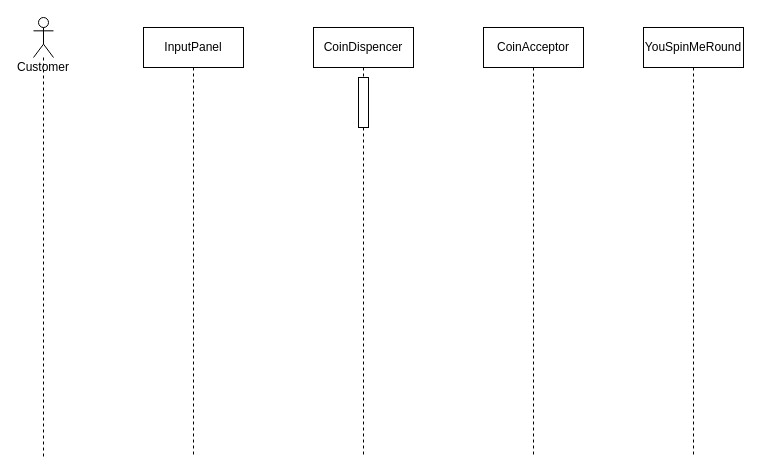
Earlier version of the draw.io diagram SequenceDiagram.drawio (StpnPntr/UchebnayaPractice). Source tidied: cells renumbered, new cells numbered last; positions are measured from the earlier drawing's top-left corner, leaving out a move shared by most shapes. Both pictures are drawn from the tidied source at 100%, with x=0, y=0 at pixel (33, 17).
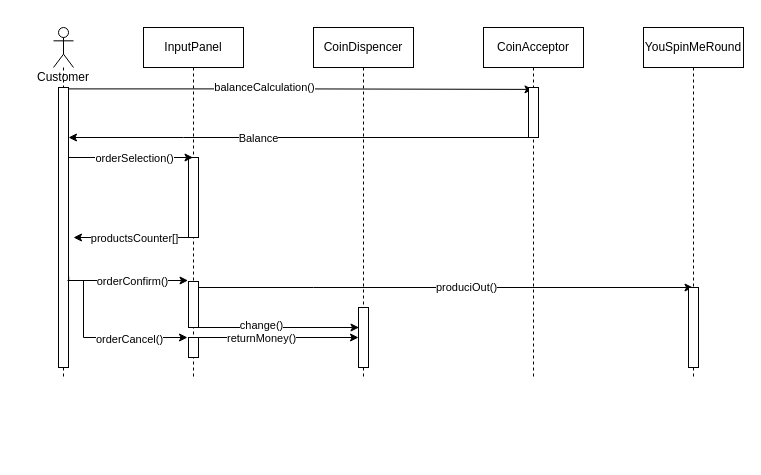
After the change.

The edit, as a diff of the source:
```diff
@@
+    <mxCell id="8" style="edgeStyle=orthogonalEdgeStyle;rounded=0;jettySize=auto;html=1;exitX=0.7;exitY=0.005;exitDx=0;exitDy=0;exitPerimeter=0;entryX=0.45;entryY=0.038;entryDx=0;entryDy=0;entryPerimeter=0;" parent="1" edge="1" source="10" target="5">
+      <mxGeometry relative="1" as="geometry" />
+    </mxCell>
+    <mxCell id="9" value="balanceCalculation()" style="edgeLabel;html=1;align=center;verticalAlign=middle;" parent="8" vertex="1">
+      <mxGeometry x="-0.19" y="1" relative="1" as="geometry">
+        <mxPoint x="8" y="-0.9" as="offset" />
+      </mxGeometry>
+    </mxCell>
     <mxCell id="2" value="Customer" style="shape=umlLifeline;participant=umlActor;perimeter=lifelinePerimeter;whiteSpace=wrap;html=1;verticalAlign=top;spacingTop=36;size=40;" parent="1" vertex="1">
-      <mxGeometry width="20" height="440" as="geometry" />
+      <mxGeometry x="20" y="10" width="20" height="350" as="geometry" />
     </mxCell>
+    <mxCell id="10" style="html=1;points=[];perimeter=orthogonalPerimeter;" parent="2" vertex="1">
+      <mxGeometry x="5" y="60" width="10" height="280" as="geometry" />
+    </mxCell>
     <mxCell id="3" value="InputPanel" style="shape=umlLifeline;perimeter=lifelinePerimeter;whiteSpace=wrap;html=1;outlineConnect=0;" parent="1" vertex="1">
-      <mxGeometry x="110" y="10" width="100" height="430" as="geometry" />
+      <mxGeometry x="110" y="10" width="100" height="350" as="geometry" />
     </mxCell>
+    <mxCell id="11" style="edgeStyle=orthogonalEdgeStyle;rounded=0;jettySize=auto;html=1;exitX=1.021;exitY=0.522;exitDx=0;exitDy=0;exitPerimeter=0;entryX=-0.1;entryY=0;entryDx=0;entryDy=0;entryPerimeter=0;" parent="3" edge="1" target="15">
+      <mxGeometry relative="1" as="geometry">
+        <mxPoint x="-74.8" y="249.1" as="sourcePoint" />
+        <Array as="points">
+          <mxPoint x="-75" y="253" />
+          <mxPoint x="-60" y="253" />
+          <mxPoint x="-60" y="310" />
+        </Array>
+      </mxGeometry>
+    </mxCell>
+    <mxCell id="12" value="orderCancel()" style="edgeLabel;html=1;align=center;verticalAlign=middle;" parent="11" vertex="1">
+      <mxGeometry x="-0.29" y="3" relative="1" as="geometry">
+        <mxPoint x="42" y="13" as="offset" />
+      </mxGeometry>
+    </mxCell>
+    <mxCell id="13" style="html=1;points=[];perimeter=orthogonalPerimeter;" parent="3" vertex="1">
+      <mxGeometry x="45" y="130" width="10" height="80" as="geometry" />
+    </mxCell>
+    <mxCell id="14" style="html=1;points=[];perimeter=orthogonalPerimeter;" parent="3" vertex="1">
+      <mxGeometry x="45" y="254" width="10" height="46" as="geometry" />
+    </mxCell>
+    <mxCell id="15" style="html=1;points=[];perimeter=orthogonalPerimeter;" parent="3" vertex="1">
+      <mxGeometry x="45" y="310" width="10" height="20" as="geometry" />
+    </mxCell>
     <mxCell id="4" value="CoinDispencer" style="shape=umlLifeline;perimeter=lifelinePerimeter;whiteSpace=wrap;html=1;" parent="1" vertex="1">
-      <mxGeometry x="280" y="10" width="100" height="430" as="geometry" />
+      <mxGeometry x="280" y="10" width="100" height="350" as="geometry" />
     </mxCell>
-    <mxCell id="5" style="html=1;points=[];perimeter=orthogonalPerimeter;" parent="4" vertex="1">
-      <mxGeometry x="45" y="50" width="10" height="50" as="geometry" />
-    </mxCell>
+    <mxCell id="16" style="html=1;perimeter=orthogonalPerimeter;" parent="4" vertex="1">
+      <mxGeometry x="45" y="280" width="10" height="60" as="geometry" />
+    </mxCell>
     <mxCell id="6" value="CoinAcceptor" style="shape=umlLifeline;perimeter=lifelinePerimeter;whiteSpace=wrap;html=1;" parent="1" vertex="1">
-      <mxGeometry x="450" y="10" width="100" height="430" as="geometry" />
+      <mxGeometry x="450" y="10" width="100" height="350" as="geometry" />
     </mxCell>
     <mxCell id="7" value="YouSpinMeRound" style="shape=umlLifeline;perimeter=lifelinePerimeter;whiteSpace=wrap;html=1;outlineConnect=0;" parent="1" vertex="1">
-      <mxGeometry x="610" y="10" width="100" height="430" as="geometry" />
+      <mxGeometry x="610" y="10" width="100" height="350" as="geometry" />
     </mxCell>
+    <mxCell id="17" style="edgeStyle=orthogonalEdgeStyle;rounded=0;jettySize=auto;html=1;" parent="1" edge="1" source="5" target="10">
+      <mxGeometry relative="1" as="geometry">
+        <Array as="points">
+          <mxPoint x="150" y="120" />
+          <mxPoint x="150" y="120" />
+        </Array>
+      </mxGeometry>
+    </mxCell>
+    <mxCell id="18" value="Balance" style="edgeLabel;html=1;align=center;verticalAlign=middle;" parent="17" vertex="1">
+      <mxGeometry x="0.18" y="2" relative="1" as="geometry">
+        <mxPoint y="-2" as="offset" />
+      </mxGeometry>
+    </mxCell>
+    <mxCell id="5" style="html=1;points=[];perimeter=orthogonalPerimeter;" parent="1" vertex="1">
+      <mxGeometry x="495" y="70" width="10" height="50" as="geometry" />
+    </mxCell>
+    <mxCell id="19" style="edgeStyle=orthogonalEdgeStyle;rounded=0;jettySize=auto;html=1;" parent="1" edge="1" source="10" target="3">
+      <mxGeometry relative="1" as="geometry">
+        <Array as="points">
+          <mxPoint x="100" y="140" />
+          <mxPoint x="100" y="140" />
+        </Array>
+      </mxGeometry>
+    </mxCell>
+    <mxCell id="20" value="orderSelection()" style="edgeLabel;html=1;align=center;verticalAlign=middle;" parent="19" vertex="1">
+      <mxGeometry x="-0.29" y="3" relative="1" as="geometry">
+        <mxPoint x="21" y="3" as="offset" />
+      </mxGeometry>
+    </mxCell>
+    <mxCell id="21" style="edgeStyle=orthogonalEdgeStyle;rounded=0;jettySize=auto;html=1;" parent="1" edge="1" source="13">
+      <mxGeometry relative="1" as="geometry">
+        <mxPoint x="40" y="220" as="targetPoint" />
+        <Array as="points">
+          <mxPoint x="40" y="220" />
+        </Array>
+      </mxGeometry>
+    </mxCell>
+    <mxCell id="22" value="productsCounter[]" style="edgeLabel;html=1;align=center;verticalAlign=middle;" parent="21" vertex="1">
+      <mxGeometry x="0.29" y="2" relative="1" as="geometry">
+        <mxPoint x="19" y="-2" as="offset" />
+      </mxGeometry>
+    </mxCell>
+    <mxCell id="23" style="edgeStyle=orthogonalEdgeStyle;rounded=0;orthogonalLoop=1;jettySize=auto;html=1;" parent="1" edge="1">
+      <mxGeometry relative="1" as="geometry">
+        <mxPoint x="34" y="263" as="sourcePoint" />
+        <mxPoint x="154.5" y="263" as="targetPoint" />
+        <Array as="points">
+          <mxPoint x="34" y="263" />
+        </Array>
+      </mxGeometry>
+    </mxCell>
+    <mxCell id="24" value="orderConfirm()" style="edgeLabel;html=1;align=center;verticalAlign=middle;" parent="23" vertex="1">
+      <mxGeometry x="-0.29" y="3" relative="1" as="geometry">
+        <mxPoint x="21" y="3" as="offset" />
+      </mxGeometry>
+    </mxCell>
+    <mxCell id="25" style="edgeStyle=orthogonalEdgeStyle;rounded=0;orthogonalLoop=1;jettySize=auto;html=1;" parent="1" edge="1">
+      <mxGeometry relative="1" as="geometry">
+        <mxPoint x="161" y="310" as="sourcePoint" />
+        <mxPoint x="325.5" y="310" as="targetPoint" />
+        <Array as="points">
+          <mxPoint x="236" y="310" />
+          <mxPoint x="236" y="310" />
+        </Array>
+      </mxGeometry>
+    </mxCell>
+    <mxCell id="26" value="change()" style="edgeLabel;html=1;align=center;verticalAlign=middle;" parent="25" vertex="1">
+      <mxGeometry x="-0.2" y="3" relative="1" as="geometry" />
+    </mxCell>
+    <mxCell id="27" style="edgeStyle=orthogonalEdgeStyle;rounded=0;jettySize=auto;html=1;" parent="1" edge="1" source="14" target="7">
+      <mxGeometry relative="1" as="geometry">
+        <Array as="points">
+          <mxPoint x="280" y="270" />
+          <mxPoint x="280" y="270" />
+        </Array>
+      </mxGeometry>
+    </mxCell>
+    <mxCell id="28" value="produciOut()" style="edgeLabel;html=1;align=center;verticalAlign=middle;" parent="27" vertex="1">
+      <mxGeometry x="0.08" y="-2" relative="1" as="geometry">
+        <mxPoint y="-3" as="offset" />
+      </mxGeometry>
+    </mxCell>
+    <mxCell id="29" style="html=1;perimeter=orthogonalPerimeter;" parent="1" vertex="1">
+      <mxGeometry x="655" y="270" width="10" height="80" as="geometry" />
+    </mxCell>
+    <mxCell id="30" style="edgeStyle=orthogonalEdgeStyle;rounded=0;orthogonalLoop=1;jettySize=auto;html=1;entryX=0.5;entryY=0.375;entryDx=0;entryDy=0;entryPerimeter=0;" parent="1" edge="1">
+      <mxGeometry relative="1" as="geometry">
+        <mxPoint x="160" y="320" as="sourcePoint" />
+        <mxPoint x="325" y="320" as="targetPoint" />
+        <Array as="points">
+          <mxPoint x="205" y="320" />
+          <mxPoint x="205" y="320" />
+        </Array>
+      </mxGeometry>
+    </mxCell>
+    <mxCell id="31" value="returnMoney()" style="edgeLabel;html=1;align=center;verticalAlign=middle;" parent="30" vertex="1">
+      <mxGeometry x="-0.19" y="-2" relative="1" as="geometry">
+        <mxPoint y="-2" as="offset" />
+      </mxGeometry>
+    </mxCell>
```
